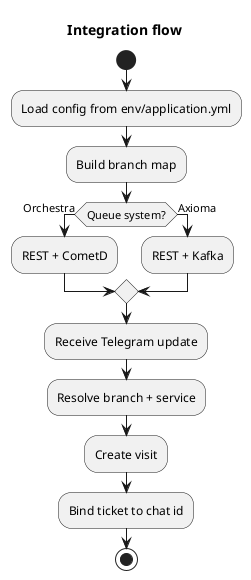
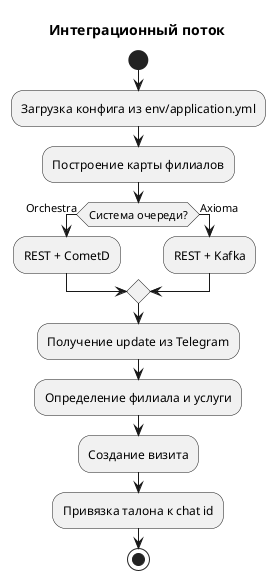
@startuml
- title Integration flow
+ skinparam BackgroundColor white
+ title Интеграционный поток
start
- :Load config from env/application.yml;
- :Build branch map;
- if (Queue system?) then (Orchestra)
+ :Загрузка конфига из env/application.yml;
+ :Построение карты филиалов;
+ if (Система очереди?) then (Orchestra)
  :REST + CometD;
else (Axioma)
  :REST + Kafka;
endif
- :Receive Telegram update;
- :Resolve branch + service;
- :Create visit;
- :Bind ticket to chat id;
+ :Получение update из Telegram;
+ :Определение филиала и услуги;
+ :Создание визита;
+ :Привязка талона к chat id;
stop
@enduml
